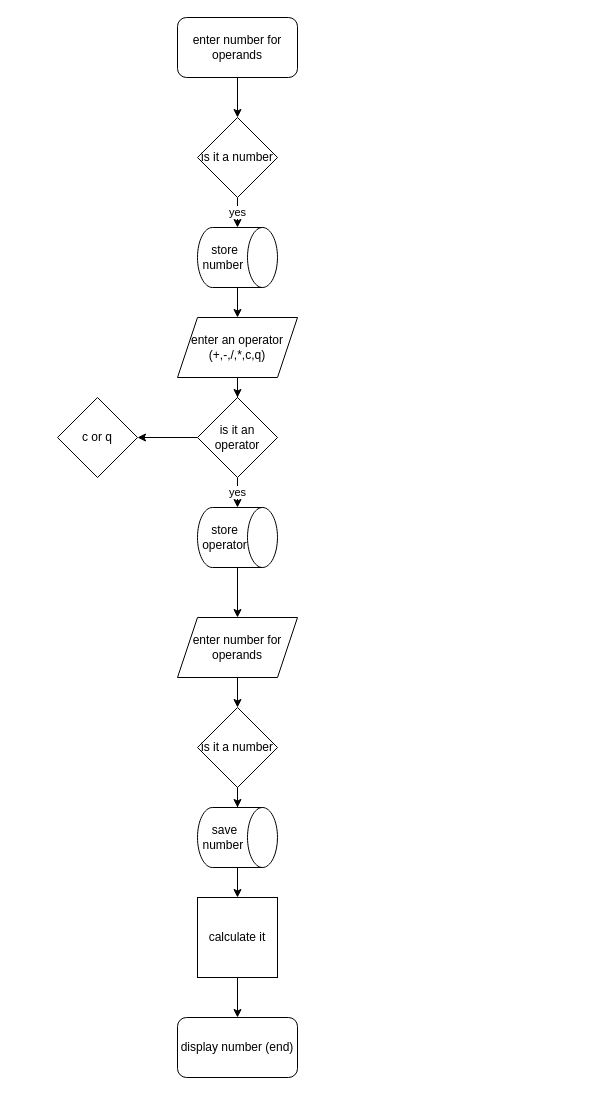
Before: AdvLoops.drawio in GameGnome/pratice, a draw.io diagram. Source tidied: cells renumbered, new cells numbered last; positions are measured from the earlier drawing's top-left corner, leaving out a move shared by most shapes. Both pictures are drawn from the tidied source at 100%, with x=0, y=0 at pixel (57, 17).
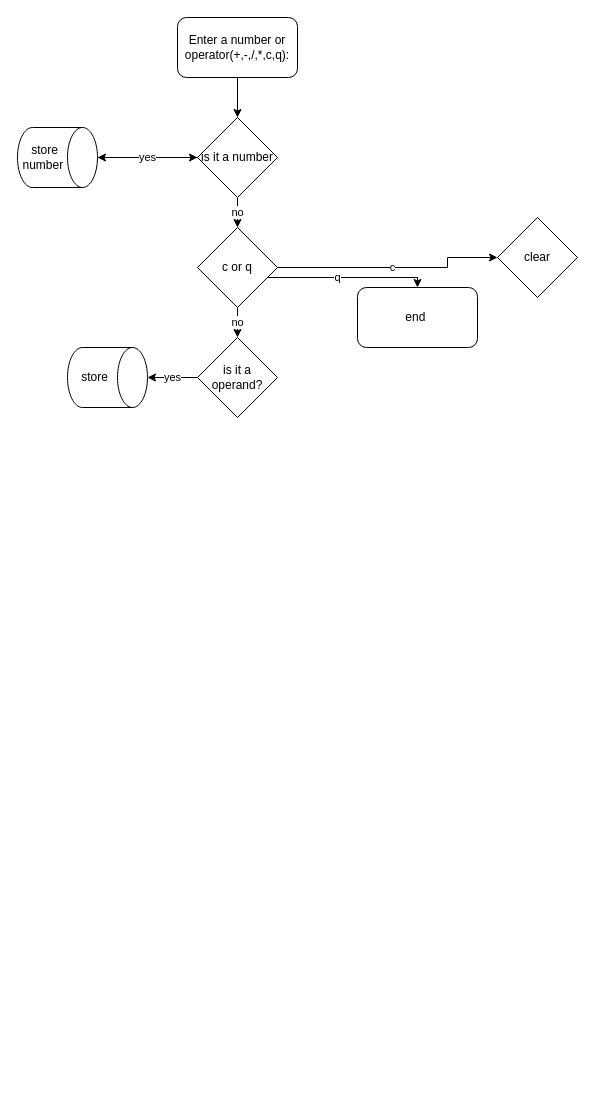
Above is the later version.

The change refers to these unchanged cells:
```xml
<mxCell id="5" value="is it a number" style="rhombus;whiteSpace=wrap;html=1;" parent="1" vertex="1">
  <mxGeometry x="140" y="100" width="80" height="80" as="geometry" />
</mxCell>
```

Diff of the diagram source:
```diff
@@
-    <mxCell id="3" value="enter number for operands" style="rounded=1;whiteSpace=wrap;html=1;" parent="1" vertex="1">
+    <mxCell id="3" value="Enter a number or operator(+,-,/,*,c,q):" style="rounded=1;whiteSpace=wrap;html=1;" parent="1" vertex="1">
       <mxGeometry x="120" width="120" height="60" as="geometry" />
     </mxCell>
-    <mxCell id="4" value="yes" style="edgeStyle=orthogonalEdgeStyle;rounded=0;jettySize=auto;html=1;" parent="1" edge="1" source="5" target="9">
+    <mxCell id="4" style="edgeStyle=orthogonalEdgeStyle;rounded=0;jettySize=auto;html=1;" parent="1" edge="1" source="5" target="9">
       <mxGeometry relative="1" as="geometry" />
     </mxCell>
+    <mxCell id="25" value="no" style="edgeStyle=orthogonalEdgeStyle;rounded=0;jettySize=auto;html=1;" parent="1" edge="1" source="5" target="24">
+      <mxGeometry relative="1" as="geometry" />
+    </mxCell>
@@
-    <mxCell id="6" style="edgeStyle=orthogonalEdgeStyle;rounded=0;jettySize=auto;html=1;" parent="1" edge="1" source="7" target="12">
-      <mxGeometry relative="1" as="geometry" />
-    </mxCell>
-    <mxCell id="7" value="enter an operator (+,-,/,*,c,q)" style="shape=parallelogram;perimeter=parallelogramPerimeter;whiteSpace=wrap;html=1;fixedSize=1;" parent="1" vertex="1">
-      <mxGeometry x="120" y="300" width="120" height="60" as="geometry" />
-    </mxCell>
-    <mxCell id="8" style="edgeStyle=orthogonalEdgeStyle;rounded=0;jettySize=auto;html=1;" parent="1" edge="1" source="9" target="7">
-      <mxGeometry relative="1" as="geometry" />
-    </mxCell>
+    <mxCell id="26" value="yes" style="edgeStyle=orthogonalEdgeStyle;rounded=0;jettySize=auto;html=1;" parent="1" edge="1" source="9" target="5">
+      <mxGeometry relative="1" as="geometry" />
+    </mxCell>
     <mxCell id="9" value="store number&amp;nbsp;" style="shape=cylinder3;whiteSpace=wrap;html=1;boundedLbl=1;backgroundOutline=1;size=15;direction=south;" parent="1" vertex="1">
-      <mxGeometry x="140" y="210" width="80" height="60" as="geometry" />
+      <mxGeometry x="-40" y="110" width="80" height="60" as="geometry" />
     </mxCell>
-    <mxCell id="10" value="yes" style="edgeStyle=orthogonalEdgeStyle;rounded=0;jettySize=auto;html=1;" parent="1" edge="1" source="12" target="14">
-      <mxGeometry relative="1" as="geometry" />
-    </mxCell>
-    <mxCell id="11" style="edgeStyle=orthogonalEdgeStyle;rounded=0;jettySize=auto;html=1;" parent="1" edge="1" source="12" target="24">
-      <mxGeometry relative="1" as="geometry" />
-    </mxCell>
-    <mxCell id="12" value="is it an operator" style="rhombus;whiteSpace=wrap;html=1;" parent="1" vertex="1">
-      <mxGeometry x="140" y="380" width="80" height="80" as="geometry" />
-    </mxCell>
-    <mxCell id="13" style="edgeStyle=orthogonalEdgeStyle;rounded=0;jettySize=auto;html=1;" parent="1" edge="1" source="14" target="16">
-      <mxGeometry relative="1" as="geometry" />
-    </mxCell>
-    <mxCell id="14" value="store operator" style="shape=cylinder3;whiteSpace=wrap;html=1;boundedLbl=1;backgroundOutline=1;size=15;direction=south;" parent="1" vertex="1">
-      <mxGeometry x="140" y="490" width="80" height="60" as="geometry" />
-    </mxCell>
-    <mxCell id="15" style="edgeStyle=orthogonalEdgeStyle;rounded=0;jettySize=auto;html=1;" parent="1" edge="1" source="16" target="20">
-      <mxGeometry relative="1" as="geometry" />
-    </mxCell>
-    <mxCell id="16" value="enter number for operands" style="shape=parallelogram;perimeter=parallelogramPerimeter;whiteSpace=wrap;html=1;fixedSize=1;" parent="1" vertex="1">
-      <mxGeometry x="120" y="600" width="120" height="60" as="geometry" />
-    </mxCell>
-    <mxCell id="17" style="edgeStyle=orthogonalEdgeStyle;rounded=0;jettySize=auto;html=1;" parent="1" edge="1" source="18" target="22">
-      <mxGeometry relative="1" as="geometry" />
-    </mxCell>
-    <mxCell id="18" value="save number&amp;nbsp;" style="shape=cylinder3;whiteSpace=wrap;html=1;boundedLbl=1;backgroundOutline=1;size=15;direction=south;" parent="1" vertex="1">
-      <mxGeometry x="140" y="790" width="80" height="60" as="geometry" />
-    </mxCell>
-    <mxCell id="19" style="edgeStyle=orthogonalEdgeStyle;rounded=0;jettySize=auto;html=1;" parent="1" edge="1" source="20" target="18">
-      <mxGeometry relative="1" as="geometry" />
-    </mxCell>
-    <mxCell id="20" value="is it a number" style="rhombus;whiteSpace=wrap;html=1;" parent="1" vertex="1">
-      <mxGeometry x="140" y="690" width="80" height="80" as="geometry" />
-    </mxCell>
-    <mxCell id="21" style="edgeStyle=orthogonalEdgeStyle;rounded=0;jettySize=auto;html=1;" parent="1" edge="1" source="22" target="23">
-      <mxGeometry relative="1" as="geometry" />
-    </mxCell>
-    <mxCell id="22" value="calculate it" style="whiteSpace=wrap;html=1;" parent="1" vertex="1">
-      <mxGeometry x="140" y="880" width="80" height="80" as="geometry" />
-    </mxCell>
-    <mxCell id="23" value="display number (end)" style="rounded=1;whiteSpace=wrap;html=1;" parent="1" vertex="1">
-      <mxGeometry x="120" y="1000" width="120" height="60" as="geometry" />
-    </mxCell>
+    <mxCell id="27" value="c" style="edgeStyle=orthogonalEdgeStyle;rounded=0;jettySize=auto;html=1;exitX=1;exitY=0.5;exitDx=0;exitDy=0;entryX=0;entryY=0.5;entryDx=0;entryDy=0;" parent="1" edge="1" source="24" target="30">
+      <mxGeometry relative="1" as="geometry">
+        <Array as="points">
+          <mxPoint x="390" y="240" />
+        </Array>
+      </mxGeometry>
+    </mxCell>
+    <mxCell id="28" value="q" style="edgeStyle=orthogonalEdgeStyle;rounded=0;jettySize=auto;html=1;entryX=0.5;entryY=0;entryDx=0;entryDy=0;exitX=1;exitY=1;exitDx=0;exitDy=0;" parent="1" edge="1" source="24" target="31">
+      <mxGeometry relative="1" as="geometry">
+        <Array as="points">
+          <mxPoint x="360" y="260" />
+        </Array>
+      </mxGeometry>
+    </mxCell>
+    <mxCell id="29" value="no" style="edgeStyle=orthogonalEdgeStyle;rounded=0;jettySize=auto;html=1;" parent="1" edge="1" source="24" target="33">
+      <mxGeometry relative="1" as="geometry" />
+    </mxCell>
     <mxCell id="24" value="c or q" style="rhombus;whiteSpace=wrap;html=1;" parent="1" vertex="1">
-      <mxGeometry y="380" width="80" height="80" as="geometry" />
+      <mxGeometry x="140" y="210" width="80" height="80" as="geometry" />
     </mxCell>
+    <mxCell id="30" value="clear" style="rhombus;whiteSpace=wrap;html=1;" parent="1" vertex="1">
+      <mxGeometry x="440" y="200" width="80" height="80" as="geometry" />
+    </mxCell>
+    <mxCell id="31" value="end&amp;nbsp;" style="rounded=1;whiteSpace=wrap;html=1;" parent="1" vertex="1">
+      <mxGeometry x="300" y="270" width="120" height="60" as="geometry" />
+    </mxCell>
+    <mxCell id="32" value="yes" style="edgeStyle=orthogonalEdgeStyle;rounded=0;jettySize=auto;html=1;" parent="1" edge="1" source="33" target="34">
+      <mxGeometry relative="1" as="geometry" />
+    </mxCell>
+    <mxCell id="33" value="is it a operand?" style="rhombus;whiteSpace=wrap;html=1;" parent="1" vertex="1">
+      <mxGeometry x="140" y="320" width="80" height="80" as="geometry" />
+    </mxCell>
+    <mxCell id="34" value="store" style="shape=cylinder3;whiteSpace=wrap;html=1;boundedLbl=1;backgroundOutline=1;size=15;direction=south;" parent="1" vertex="1">
+      <mxGeometry x="10" y="330" width="80" height="60" as="geometry" />
+    </mxCell>
```
